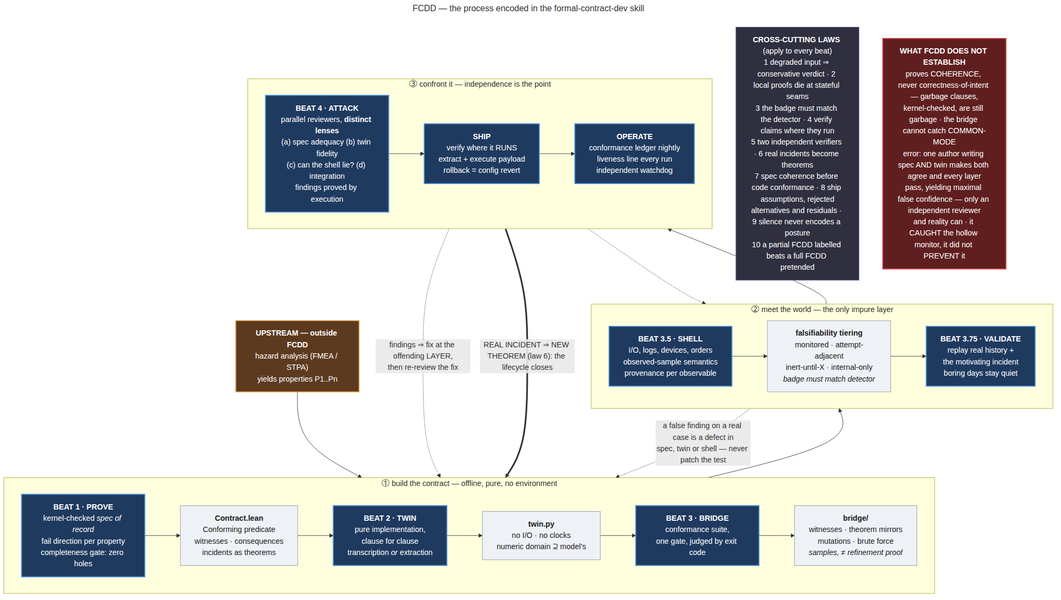
The Mermaid diagram case01_spectrum_gambit/figures/fcdd_process.png in cosmindxu/fcdd-lab, before a commit. Its source is kept beside it as case01_spectrum_gambit/figures/fcdd_process.mmd.
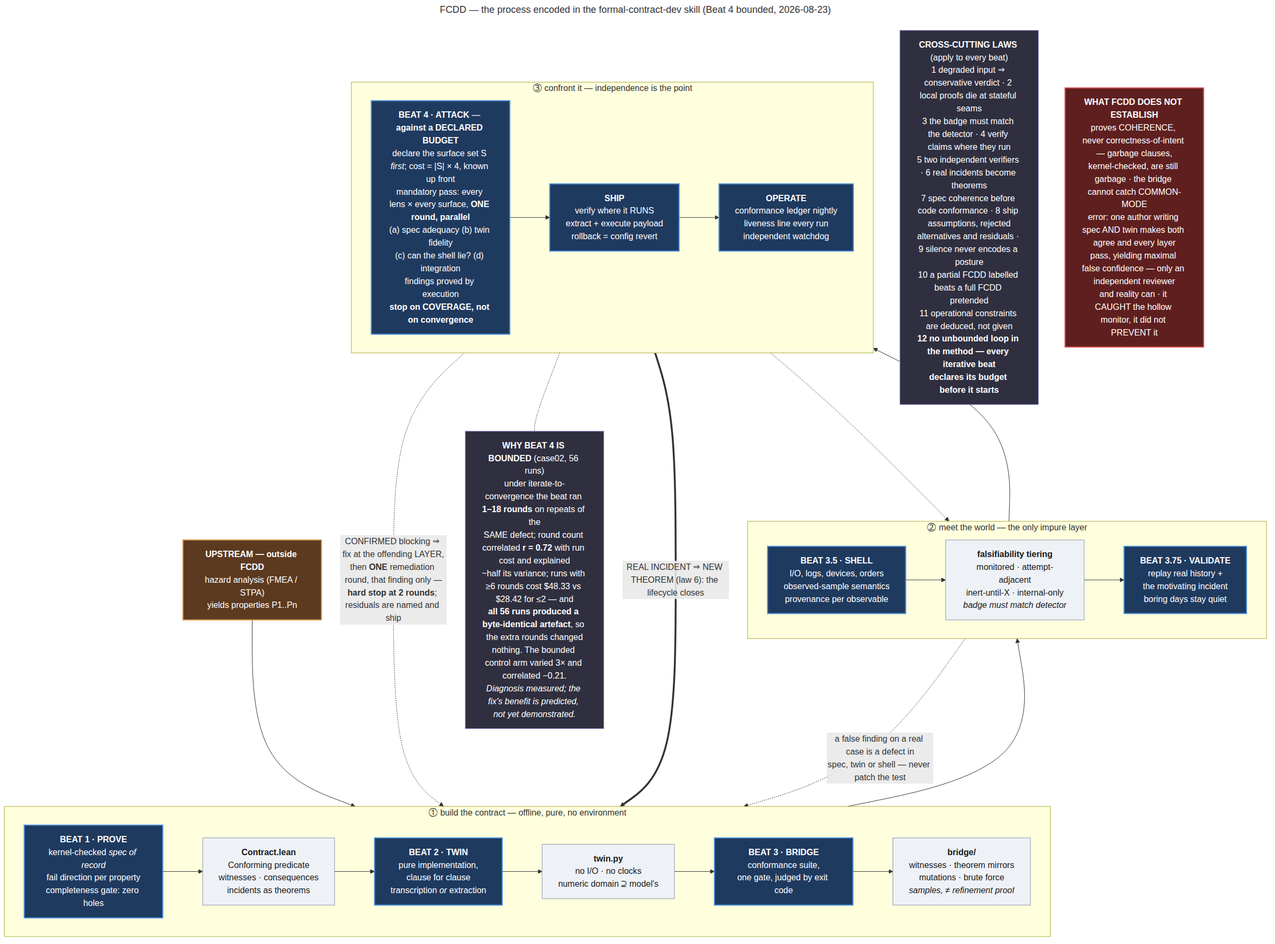
The same file after the commit.

The edit, as a diff of the source:
```diff
@@ -1,5 +1,5 @@
 ---
-title: "FCDD — the process encoded in the formal-contract-dev skill"
+title: "FCDD — the process encoded in the formal-contract-dev skill (Beat 4 bounded, 2026-08-23)"
 ---
 flowchart TB
     classDef beat fill:#1f3a5f,stroke:#4a90d9,stroke-width:2px,color:#ffffff
@@ -31,7 +31,7 @@
 
     subgraph ADVERSARY["③ confront it — independence is the point"]
         direction LR
-        B4["<b>BEAT 4 · ATTACK</b><br/>parallel reviewers, <b>distinct lenses</b><br/>(a) spec adequacy (b) twin fidelity<br/>(c) can the shell lie? (d) integration<br/>findings proved by execution"]:::beat
+        B4["<b>BEAT 4 · ATTACK</b> — <b>against a DECLARED BUDGET</b><br/>declare the surface set S <i>first</i>; cost = |S| × 4, known up front<br/>mandatory pass: every lens × every surface, <b>ONE round, parallel</b><br/>(a) spec adequacy (b) twin fidelity<br/>(c) can the shell lie? (d) integration<br/>findings proved by execution<br/><b>stop on COVERAGE, not on convergence</b>"]:::beat
         SHIP["<b>SHIP</b><br/>verify where it RUNS<br/>extract + execute payload<br/>rollback = config revert"]:::beat
         OPS["<b>OPERATE</b><br/>conformance ledger nightly<br/>liveness line every run<br/>independent watchdog"]:::beat
         B4 --> SHIP --> OPS
@@ -41,11 +41,15 @@
     A3 --> B35
     B375 --> B4
 
-    B4 -. "findings ⇒ fix at the offending LAYER,<br/>then re-review the fix" .-> B1
+    B4 -. "CONFIRMED blocking ⇒ fix at the offending LAYER,<br/>then <b>ONE</b> remediation round, that finding only —<br/><b>hard stop at 2 rounds</b>; residuals are named and ship" .-> B1
     B4 -.-> B35
     B375 -. "a false finding on a real case is a defect in<br/>spec, twin or shell — never patch the test" .-> B1
     OPS == "REAL INCIDENT ⇒ NEW THEOREM (law 6): the lifecycle closes" ==> B1
 
-    LAWS["<b>CROSS-CUTTING LAWS</b> (apply to every beat)<br/>1 degraded input ⇒ conservative verdict · 2 local proofs die at stateful seams<br/>3 the badge must match the detector · 4 verify claims where they run<br/>5 two independent verifiers · 6 real incidents become theorems<br/>7 spec coherence before code conformance · 8 ship assumptions, rejected<br/>alternatives and residuals · 9 silence never encodes a posture<br/>10 a partial FCDD labelled beats a full FCDD pretended"]:::law
+    LAWS["<b>CROSS-CUTTING LAWS</b> (apply to every beat)<br/>1 degraded input ⇒ conservative verdict · 2 local proofs die at stateful seams<br/>3 the badge must match the detector · 4 verify claims where they run<br/>5 two independent verifiers · 6 real incidents become theorems<br/>7 spec coherence before code conformance · 8 ship assumptions, rejected<br/>alternatives and residuals · 9 silence never encodes a posture<br/>10 a partial FCDD labelled beats a full FCDD pretended<br/>11 operational constraints are deduced, not given<br/><b>12 no unbounded loop in the method — every iterative beat<br/>declares its budget before it starts</b>"]:::law
+
+    WHY["<b>WHY BEAT 4 IS BOUNDED</b> (case02, 56 runs)<br/>under iterate-to-convergence the beat ran <b>1–18 rounds</b> on repeats of the<br/>SAME defect; round count correlated <b>r = 0.72</b> with run cost and explained<br/>~half its variance; runs with ≥6 rounds cost $48.33 vs $28.42 for ≤2 — and<br/><b>all 56 runs produced a byte-identical artefact</b>, so the extra rounds changed<br/>nothing. The bounded control arm varied 3× and correlated −0.21.<br/><i>Diagnosis measured; the fix's benefit is predicted, not yet demonstrated.</i>"]:::law
+
+    B4 -.- WHY
 
     RES["<b>WHAT FCDD DOES NOT ESTABLISH</b><br/>proves COHERENCE, never correctness-of-intent — garbage clauses,<br/>kernel-checked, are still garbage · the bridge cannot catch COMMON-MODE<br/>error: one author writing spec AND twin makes both agree and every layer<br/>pass, yielding maximal false confidence — only an independent reviewer<br/>and reality can · it CAUGHT the hollow monitor, it did not PREVENT it"]:::res
```
